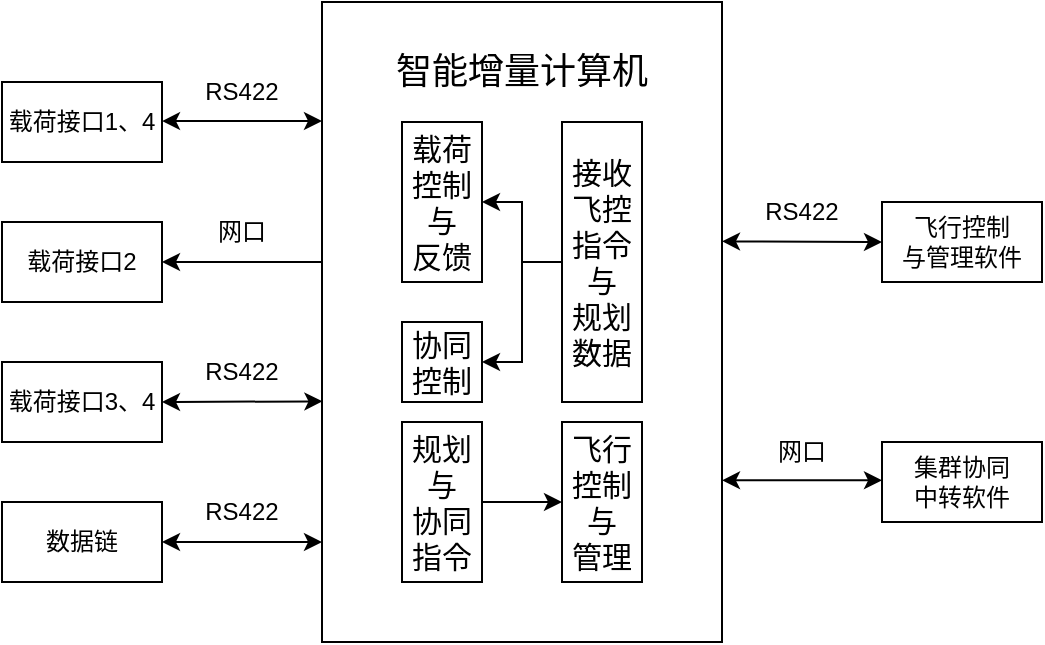
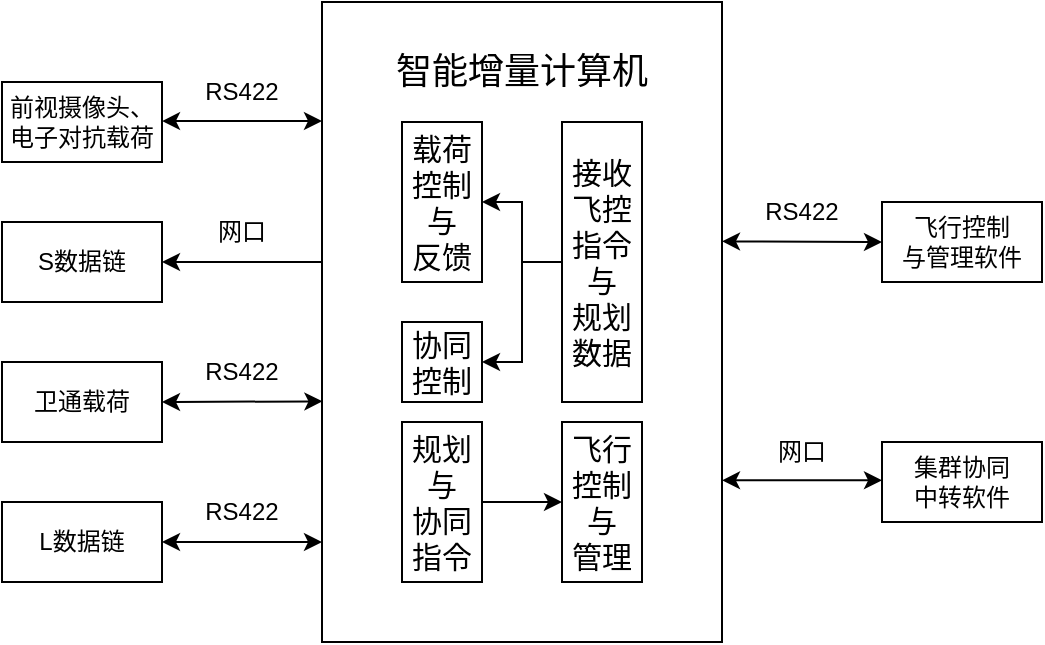
- <mxfile host="app.diagrams.net" agent="Mozilla/5.0 (Windows NT 10.0; Win64; x64) AppleWebKit/537.36 (KHTML, like Gecko) Chrome/146.0.0.0 Safari/537.36" version="29.3.7">
+ <mxfile host="app.diagrams.net" agent="Mozilla/5.0 (Windows NT 10.0; Win64; x64) AppleWebKit/537.36 (KHTML, like Gecko) Chrome/146.0.0.0 Safari/537.36" version="29.6.4">
  <diagram name="第 1 页" id="P7U0p2YBgUwdi0rxASiN">
    <mxGraphModel dx="786" dy="497" grid="1" gridSize="10" guides="1" tooltips="1" connect="1" arrows="1" fold="1" page="1" pageScale="1" pageWidth="827" pageHeight="1169" math="0" shadow="0">
      <root>
        <mxCell id="0" />
        <mxCell id="1" parent="0" />
        <mxCell id="FJUeLi_HETRFmbpACcdS-1" parent="1" style="rounded=0;whiteSpace=wrap;html=1;" value="" vertex="1">
          <mxGeometry height="320" width="200" x="280" y="80" as="geometry" />
        </mxCell>
        <mxCell id="FJUeLi_HETRFmbpACcdS-2" parent="1" style="text;html=1;whiteSpace=wrap;strokeColor=none;fillColor=none;align=center;verticalAlign=middle;rounded=0;" value="&lt;font style=&quot;font-size: 18px;&quot;&gt;智能增量计算机&lt;/font&gt;" vertex="1">
          <mxGeometry height="30" width="140" x="310" y="100" as="geometry" />
        </mxCell>
        <mxCell id="FJUeLi_HETRFmbpACcdS-5" edge="1" parent="1" source="FJUeLi_HETRFmbpACcdS-3" style="edgeStyle=orthogonalEdgeStyle;rounded=0;orthogonalLoop=1;jettySize=auto;html=1;" target="FJUeLi_HETRFmbpACcdS-4" value="">
          <mxGeometry relative="1" as="geometry" />
        </mxCell>
        <mxCell id="FJUeLi_HETRFmbpACcdS-3" parent="1" style="rounded=0;whiteSpace=wrap;html=1;" value="&lt;font style=&quot;font-size: 15px;&quot;&gt;接收飞控指令与&lt;br&gt;规划数据&lt;/font&gt;" vertex="1">
          <mxGeometry height="140" width="40" x="400" y="140" as="geometry" />
        </mxCell>
        <mxCell id="FJUeLi_HETRFmbpACcdS-4" parent="1" style="rounded=0;whiteSpace=wrap;html=1;" value="&lt;font style=&quot;font-size: 15px;&quot;&gt;载荷控制&lt;/font&gt;&lt;div&gt;&lt;font style=&quot;font-size: 15px;&quot;&gt;与&lt;/font&gt;&lt;div&gt;&lt;font style=&quot;font-size: 15px;&quot;&gt;反馈&lt;/font&gt;&lt;/div&gt;&lt;/div&gt;" vertex="1">
          <mxGeometry height="80" width="40" x="320" y="140" as="geometry" />
        </mxCell>
-         <mxCell id="FJUeLi_HETRFmbpACcdS-6" parent="1" style="rounded=0;whiteSpace=wrap;html=1;" value="载荷接口1、4" vertex="1">
+         <mxCell id="FJUeLi_HETRFmbpACcdS-6" parent="1" style="rounded=0;whiteSpace=wrap;html=1;" value="前视摄像头、&lt;br&gt;电子对抗载荷" vertex="1">
          <mxGeometry height="40" width="80" x="120" y="120" as="geometry" />
        </mxCell>
-         <mxCell id="FJUeLi_HETRFmbpACcdS-7" parent="1" style="rounded=0;whiteSpace=wrap;html=1;" value="载荷接口2" vertex="1">
+         <mxCell id="FJUeLi_HETRFmbpACcdS-7" parent="1" style="rounded=0;whiteSpace=wrap;html=1;" value="S数据链" vertex="1">
          <mxGeometry height="40" width="80" x="120" y="190" as="geometry" />
        </mxCell>
-         <mxCell id="FJUeLi_HETRFmbpACcdS-8" parent="1" style="rounded=0;whiteSpace=wrap;html=1;" value="载荷接口3、4" vertex="1">
+         <mxCell id="FJUeLi_HETRFmbpACcdS-8" parent="1" style="rounded=0;whiteSpace=wrap;html=1;" value="卫通载荷" vertex="1">
          <mxGeometry height="40" width="80" x="120" y="260" as="geometry" />
        </mxCell>
-         <mxCell id="FJUeLi_HETRFmbpACcdS-9" parent="1" style="rounded=0;whiteSpace=wrap;html=1;" value="数据链" vertex="1">
+         <mxCell id="FJUeLi_HETRFmbpACcdS-9" parent="1" style="rounded=0;whiteSpace=wrap;html=1;" value="L数据链" vertex="1">
          <mxGeometry height="40" width="80" x="120" y="330" as="geometry" />
        </mxCell>
        <mxCell id="FJUeLi_HETRFmbpACcdS-14" edge="1" parent="1" source="FJUeLi_HETRFmbpACcdS-8" style="endArrow=classic;startArrow=classic;html=1;rounded=0;exitX=1;exitY=0.5;exitDx=0;exitDy=0;entryX=0.001;entryY=0.624;entryDx=0;entryDy=0;entryPerimeter=0;" target="FJUeLi_HETRFmbpACcdS-1" value="">
          <mxGeometry height="50" relative="1" width="50" as="geometry">
            <mxPoint x="200" y="290" as="sourcePoint" />
            <mxPoint x="250" y="240" as="targetPoint" />
          </mxGeometry>
        </mxCell>
        <mxCell id="FJUeLi_HETRFmbpACcdS-15" edge="1" parent="1" style="endArrow=classic;html=1;rounded=0;entryX=1;entryY=0.5;entryDx=0;entryDy=0;" target="FJUeLi_HETRFmbpACcdS-7" value="">
          <mxGeometry height="50" relative="1" width="50" as="geometry">
            <mxPoint x="280" y="210" as="sourcePoint" />
            <mxPoint x="290" y="190" as="targetPoint" />
          </mxGeometry>
        </mxCell>
        <mxCell id="FJUeLi_HETRFmbpACcdS-16" edge="1" parent="1" source="FJUeLi_HETRFmbpACcdS-9" style="endArrow=classic;startArrow=classic;html=1;rounded=0;exitX=1;exitY=0.5;exitDx=0;exitDy=0;" value="">
          <mxGeometry height="50" relative="1" width="50" as="geometry">
            <mxPoint x="240" y="340" as="sourcePoint" />
            <mxPoint x="280" y="350" as="targetPoint" />
          </mxGeometry>
        </mxCell>
        <mxCell id="FJUeLi_HETRFmbpACcdS-17" parent="1" style="rounded=0;whiteSpace=wrap;html=1;" value="飞行控制&lt;div&gt;与管理软件&lt;/div&gt;" vertex="1">
          <mxGeometry height="40" width="80" x="560" y="180" as="geometry" />
        </mxCell>
        <mxCell id="FJUeLi_HETRFmbpACcdS-22" parent="1" style="rounded=0;whiteSpace=wrap;html=1;" value="集群协同&lt;div&gt;中转软件&lt;/div&gt;" vertex="1">
          <mxGeometry height="40" width="80" x="560" y="300" as="geometry" />
        </mxCell>
        <mxCell id="FJUeLi_HETRFmbpACcdS-25" parent="1" style="text;html=1;whiteSpace=wrap;strokeColor=none;fillColor=none;align=center;verticalAlign=middle;rounded=0;" value="RS422" vertex="1">
          <mxGeometry height="30" width="60" x="490" y="170" as="geometry" />
        </mxCell>
        <mxCell id="FJUeLi_HETRFmbpACcdS-26" parent="1" style="text;html=1;whiteSpace=wrap;strokeColor=none;fillColor=none;align=center;verticalAlign=middle;rounded=0;" value="网口" vertex="1">
          <mxGeometry height="30" width="60" x="490" y="290" as="geometry" />
        </mxCell>
        <mxCell id="FJUeLi_HETRFmbpACcdS-28" parent="1" style="text;html=1;whiteSpace=wrap;strokeColor=none;fillColor=none;align=center;verticalAlign=middle;rounded=0;" value="RS422" vertex="1">
          <mxGeometry height="30" width="60" x="210" y="110" as="geometry" />
        </mxCell>
        <mxCell id="FJUeLi_HETRFmbpACcdS-29" parent="1" style="text;html=1;whiteSpace=wrap;strokeColor=none;fillColor=none;align=center;verticalAlign=middle;rounded=0;" value="网口" vertex="1">
          <mxGeometry height="30" width="60" x="210" y="180" as="geometry" />
        </mxCell>
        <mxCell id="FJUeLi_HETRFmbpACcdS-30" parent="1" style="text;html=1;whiteSpace=wrap;strokeColor=none;fillColor=none;align=center;verticalAlign=middle;rounded=0;" value="RS422" vertex="1">
          <mxGeometry height="30" width="60" x="210" y="250" as="geometry" />
        </mxCell>
        <mxCell id="FJUeLi_HETRFmbpACcdS-31" parent="1" style="text;html=1;whiteSpace=wrap;strokeColor=none;fillColor=none;align=center;verticalAlign=middle;rounded=0;" value="RS422" vertex="1">
          <mxGeometry height="30" width="60" x="210" y="320" as="geometry" />
        </mxCell>
        <mxCell id="FJUeLi_HETRFmbpACcdS-32" edge="1" parent="1" source="FJUeLi_HETRFmbpACcdS-1" style="endArrow=classic;startArrow=classic;html=1;rounded=0;entryX=0;entryY=0.5;entryDx=0;entryDy=0;exitX=1;exitY=0.374;exitDx=0;exitDy=0;exitPerimeter=0;" target="FJUeLi_HETRFmbpACcdS-17" value="">
          <mxGeometry height="50" relative="1" width="50" as="geometry">
            <mxPoint x="400" y="240" as="sourcePoint" />
            <mxPoint x="450" y="190" as="targetPoint" />
          </mxGeometry>
        </mxCell>
        <mxCell id="FJUeLi_HETRFmbpACcdS-33" edge="1" parent="1" style="endArrow=classic;startArrow=classic;html=1;rounded=0;exitX=0.999;exitY=0.358;exitDx=0;exitDy=0;exitPerimeter=0;" value="">
          <mxGeometry height="50" relative="1" width="50" as="geometry">
            <mxPoint x="480" y="319.17" as="sourcePoint" />
            <mxPoint x="560" y="319.17" as="targetPoint" />
          </mxGeometry>
        </mxCell>
        <mxCell id="FJUeLi_HETRFmbpACcdS-38" edge="1" parent="1" source="FJUeLi_HETRFmbpACcdS-3" style="edgeStyle=orthogonalEdgeStyle;rounded=0;orthogonalLoop=1;jettySize=auto;html=1;entryX=1;entryY=0.5;entryDx=0;entryDy=0;exitX=0;exitY=0.5;exitDx=0;exitDy=0;" target="FJUeLi_HETRFmbpACcdS-37">
          <mxGeometry relative="1" as="geometry">
            <mxPoint x="400" y="280" as="sourcePoint" />
          </mxGeometry>
        </mxCell>
        <mxCell id="FJUeLi_HETRFmbpACcdS-37" parent="1" style="rounded=0;whiteSpace=wrap;html=1;" value="&lt;font style=&quot;font-size: 15px;&quot;&gt;协同控制&lt;/font&gt;" vertex="1">
          <mxGeometry height="40" width="40" x="320" y="240" as="geometry" />
        </mxCell>
        <mxCell id="FJUeLi_HETRFmbpACcdS-39" parent="1" style="rounded=0;whiteSpace=wrap;html=1;" value="&lt;font style=&quot;font-size: 15px;&quot;&gt;规划&lt;/font&gt;&lt;div&gt;&lt;font style=&quot;font-size: 15px;&quot;&gt;与&lt;/font&gt;&lt;div&gt;&lt;span style=&quot;font-size: 15px;&quot;&gt;协同指令&lt;/span&gt;&lt;/div&gt;&lt;/div&gt;" vertex="1">
          <mxGeometry height="80" width="40" x="320" y="290" as="geometry" />
        </mxCell>
        <mxCell id="FJUeLi_HETRFmbpACcdS-40" parent="1" style="rounded=0;whiteSpace=wrap;html=1;" value="&lt;font style=&quot;font-size: 15px;&quot;&gt;飞行控制与&lt;/font&gt;&lt;div&gt;&lt;font style=&quot;font-size: 15px;&quot;&gt;管理&lt;/font&gt;&lt;/div&gt;" vertex="1">
          <mxGeometry height="80" width="40" x="400" y="290" as="geometry" />
        </mxCell>
        <mxCell id="FJUeLi_HETRFmbpACcdS-41" edge="1" parent="1" style="endArrow=classic;html=1;rounded=0;entryX=0;entryY=0.5;entryDx=0;entryDy=0;" target="FJUeLi_HETRFmbpACcdS-40" value="">
          <mxGeometry height="50" relative="1" width="50" as="geometry">
            <mxPoint x="360" y="330" as="sourcePoint" />
            <mxPoint x="350" y="280" as="targetPoint" />
          </mxGeometry>
        </mxCell>
        <mxCell id="-yjdLRFRVeEzjYulkgjf-1" edge="1" parent="1" style="endArrow=classic;startArrow=classic;html=1;rounded=0;exitX=1;exitY=0.5;exitDx=0;exitDy=0;entryX=0.001;entryY=0.624;entryDx=0;entryDy=0;entryPerimeter=0;" value="">
          <mxGeometry height="50" relative="1" width="50" as="geometry">
            <mxPoint x="200" y="139.52" as="sourcePoint" />
            <mxPoint x="280" y="139.52" as="targetPoint" />
          </mxGeometry>
        </mxCell>
      </root>
    </mxGraphModel>
  </diagram>
</mxfile>
